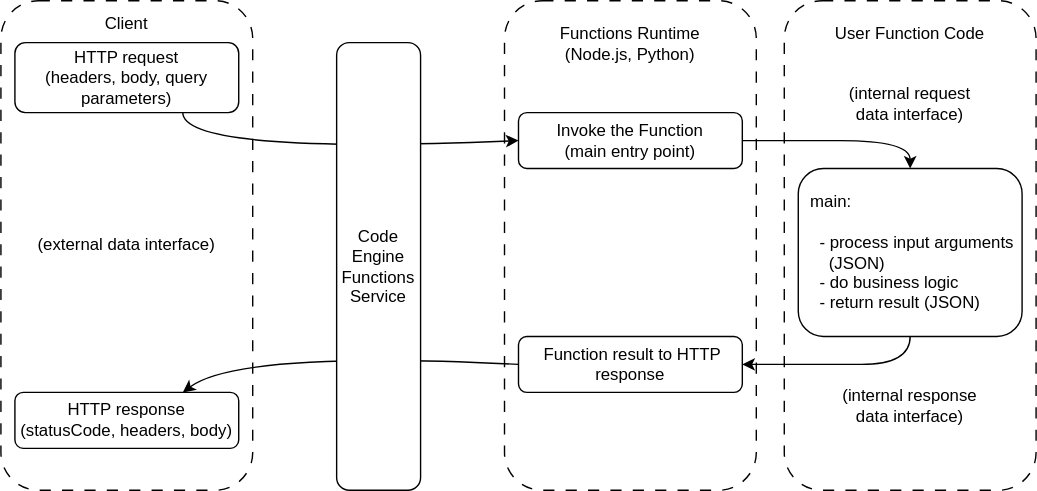
This is images/ce_functions_interfaces.svg from ibm-cloud-docs/codeengine, a draw.io export, as it was before one commit. Source tidied: cells renumbered, new cells last; positions are measured from the earlier drawing's top-left corner, leaving out a move shared by most shapes.
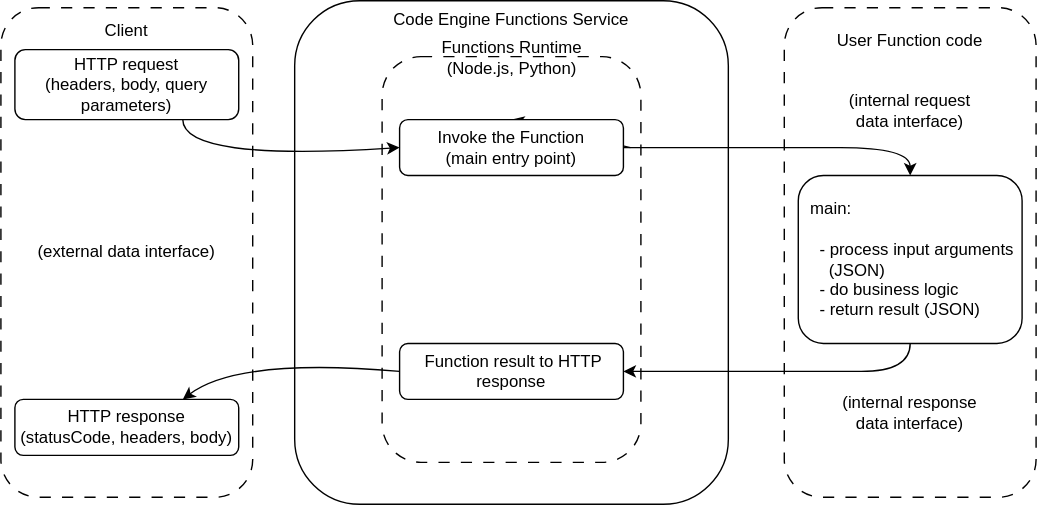
Later version of the same file.

The edit, as a diff of the source:
```diff
@@ -2,20 +2,23 @@
   <root>
     <mxCell id="0" />
     <mxCell id="1" parent="0" />
+    <mxCell id="16" value="Code Engine Functions Service" style="rounded=1;whiteSpace=wrap;html=1;verticalAlign=top;" parent="1" vertex="1">
+      <mxGeometry x="210" y="-5" width="310" height="360" as="geometry" />
+    </mxCell>
     <mxCell id="2" value="&lt;div&gt;Client&lt;/div&gt;&lt;div&gt;&lt;br&gt;&lt;/div&gt;&lt;div&gt;&lt;br&gt;&lt;/div&gt;&lt;div&gt;&lt;br&gt;&lt;/div&gt;&lt;div&gt;&lt;br&gt;&lt;/div&gt;&lt;div&gt;&lt;br&gt;&lt;/div&gt;&lt;div&gt;&lt;br&gt;&lt;/div&gt;&lt;div&gt;&lt;br&gt;&lt;/div&gt;&lt;div&gt;&lt;br&gt;&lt;/div&gt;&lt;div&gt;&lt;br&gt;&lt;/div&gt;&lt;div&gt;&lt;br&gt;&lt;/div&gt;&lt;div&gt;(external data interface)&lt;br&gt;&lt;/div&gt;&lt;div&gt;&lt;br&gt;&lt;/div&gt;&lt;div&gt;&lt;br&gt;&lt;/div&gt;&lt;div&gt;&lt;br&gt;&lt;/div&gt;&lt;div&gt;&lt;br&gt;&lt;/div&gt;&lt;div&gt;&lt;br&gt;&lt;/div&gt;&lt;div&gt;&lt;br&gt;&lt;/div&gt;&lt;div&gt;&lt;br&gt;&lt;/div&gt;&lt;div&gt;&lt;br&gt;&lt;/div&gt;&lt;div&gt;&lt;br&gt;&lt;/div&gt;&lt;div&gt;&lt;br&gt;&lt;/div&gt;&lt;div&gt;&lt;br&gt;&lt;/div&gt;" style="rounded=1;whiteSpace=wrap;html=1;fillColor=none;dashed=1;dashPattern=8 8;" parent="1" vertex="1">
       <mxGeometry width="180" height="350" as="geometry" />
     </mxCell>
     <mxCell id="3" value="&lt;div&gt;Functions Runtime&lt;/div&gt;&lt;div&gt;(Node.js, Python)&lt;/div&gt;&lt;div&gt;&lt;br&gt;&lt;/div&gt;&lt;div&gt;&lt;br&gt;&lt;/div&gt;&lt;div&gt;&lt;br&gt;&lt;/div&gt;&lt;div&gt;&lt;br&gt;&lt;/div&gt;&lt;div&gt;&lt;br&gt;&lt;/div&gt;&lt;div&gt;&lt;br&gt;&lt;/div&gt;&lt;div&gt;&lt;br&gt;&lt;/div&gt;&lt;div&gt;&lt;br&gt;&lt;/div&gt;&lt;div&gt;&lt;br&gt;&lt;/div&gt;&lt;div&gt;&lt;br&gt;&lt;/div&gt;&lt;div&gt;&lt;br&gt;&lt;/div&gt;&lt;div&gt;&lt;br&gt;&lt;/div&gt;&lt;div&gt;&lt;br&gt;&lt;/div&gt;&lt;div&gt;&lt;br&gt;&lt;/div&gt;&lt;div&gt;&lt;br&gt;&lt;/div&gt;&lt;div&gt;&lt;br&gt;&lt;/div&gt;&lt;div&gt;&lt;br&gt;&lt;/div&gt;&lt;div&gt;&lt;br&gt;&lt;/div&gt;&lt;div&gt;&lt;br&gt;&lt;/div&gt;&lt;div&gt;&lt;br&gt;&lt;/div&gt;" style="rounded=1;whiteSpace=wrap;html=1;fillColor=none;dashed=1;dashPattern=8 8;" parent="1" vertex="1">
-      <mxGeometry x="360" width="180" height="350" as="geometry" />
+      <mxGeometry x="272.5" y="35" width="185" height="290" as="geometry" />
     </mxCell>
-    <mxCell id="4" value="&lt;div&gt;User Function Code&lt;br&gt;&lt;/div&gt;&lt;div&gt;&lt;br&gt;&lt;/div&gt;&lt;div&gt;&lt;br&gt;&lt;/div&gt;&lt;div&gt;(internal request&lt;/div&gt;&lt;div&gt;data interface)&lt;br&gt;&lt;/div&gt;&lt;div&gt;&lt;br&gt;&lt;/div&gt;&lt;div&gt;&lt;br&gt;&lt;/div&gt;&lt;div&gt;&lt;br&gt;&lt;/div&gt;&lt;div&gt;&lt;br&gt;&lt;/div&gt;&lt;div&gt;&lt;br&gt;&lt;/div&gt;&lt;div&gt;&lt;br&gt;&lt;/div&gt;&lt;div&gt;&lt;br&gt;&lt;/div&gt;&lt;div&gt;&lt;br&gt;&lt;/div&gt;&lt;div&gt;&lt;br&gt;&lt;/div&gt;&lt;div&gt;&lt;br&gt;&lt;/div&gt;&lt;div&gt;&lt;br&gt;&lt;/div&gt;&lt;div&gt;&lt;br&gt;&lt;/div&gt;&lt;div&gt;&lt;br&gt;&lt;/div&gt;&lt;div&gt;(internal response&lt;/div&gt;&lt;div&gt;data interface)&lt;br&gt;&lt;/div&gt;&lt;div&gt;&lt;br&gt;&lt;/div&gt;&lt;div&gt;&lt;br&gt;&lt;/div&gt;" style="rounded=1;whiteSpace=wrap;html=1;fillColor=none;dashed=1;dashPattern=8 8;" parent="1" vertex="1">
+    <mxCell id="4" value="&lt;div&gt;User Function code&lt;br&gt;&lt;/div&gt;&lt;div&gt;&lt;br&gt;&lt;/div&gt;&lt;div&gt;&lt;br&gt;&lt;/div&gt;&lt;div&gt;(internal request&lt;/div&gt;&lt;div&gt;data interface)&lt;br&gt;&lt;/div&gt;&lt;div&gt;&lt;br&gt;&lt;/div&gt;&lt;div&gt;&lt;br&gt;&lt;/div&gt;&lt;div&gt;&lt;br&gt;&lt;/div&gt;&lt;div&gt;&lt;br&gt;&lt;/div&gt;&lt;div&gt;&lt;br&gt;&lt;/div&gt;&lt;div&gt;&lt;br&gt;&lt;/div&gt;&lt;div&gt;&lt;br&gt;&lt;/div&gt;&lt;div&gt;&lt;br&gt;&lt;/div&gt;&lt;div&gt;&lt;br&gt;&lt;/div&gt;&lt;div&gt;&lt;br&gt;&lt;/div&gt;&lt;div&gt;&lt;br&gt;&lt;/div&gt;&lt;div&gt;&lt;br&gt;&lt;/div&gt;&lt;div&gt;&lt;br&gt;&lt;/div&gt;&lt;div&gt;(internal response&lt;/div&gt;&lt;div&gt;data interface)&lt;br&gt;&lt;/div&gt;&lt;div&gt;&lt;br&gt;&lt;/div&gt;&lt;div&gt;&lt;br&gt;&lt;/div&gt;" style="rounded=1;whiteSpace=wrap;html=1;fillColor=none;dashed=1;dashPattern=8 8;" parent="1" vertex="1">
       <mxGeometry x="560" width="180" height="350" as="geometry" />
     </mxCell>
     <mxCell id="5" value="&lt;div&gt;HTTP request&lt;/div&gt;(headers, body, query parameters)" style="rounded=1;whiteSpace=wrap;html=1;" parent="1" vertex="1">
       <mxGeometry x="10" y="30" width="160" height="50" as="geometry" />
     </mxCell>
     <mxCell id="6" value="&lt;div&gt;&amp;nbsp;Function result to HTTP response&lt;br&gt;&lt;/div&gt;" style="rounded=1;whiteSpace=wrap;html=1;" parent="1" vertex="1">
-      <mxGeometry x="370" y="240" width="160" height="40" as="geometry" />
+      <mxGeometry x="285" y="240" width="160" height="40" as="geometry" />
     </mxCell>
     <mxCell id="7" value="&lt;div align=&quot;left&quot;&gt;&amp;nbsp;main:&lt;/div&gt;&lt;div align=&quot;left&quot;&gt;&lt;br&gt;&lt;/div&gt;&lt;div align=&quot;left&quot;&gt;&amp;nbsp;&amp;nbsp; - process input arguments&lt;/div&gt;&lt;div align=&quot;left&quot;&gt;&amp;nbsp;&amp;nbsp;&amp;nbsp;&amp;nbsp; (JSON)&lt;br&gt;&lt;/div&gt;&lt;div align=&quot;left&quot;&gt;&amp;nbsp;&amp;nbsp; - do business logic&lt;br&gt;&lt;/div&gt;&lt;div align=&quot;left&quot;&gt;&amp;nbsp;&amp;nbsp; - return result (JSON)&lt;br&gt;&lt;/div&gt;" style="rounded=1;whiteSpace=wrap;html=1;" parent="1" vertex="1">
       <mxGeometry x="570" y="120" width="160" height="120" as="geometry" />
@@ -48,7 +51,7 @@
       </mxGeometry>
     </mxCell>
     <mxCell id="13" value="&lt;div&gt;Invoke the Function&lt;/div&gt;&lt;div&gt;(main entry point)&lt;br&gt;&lt;/div&gt;" style="rounded=1;whiteSpace=wrap;html=1;" parent="1" vertex="1">
-      <mxGeometry x="370" y="80" width="160" height="40" as="geometry" />
+      <mxGeometry x="285" y="80" width="160" height="40" as="geometry" />
     </mxCell>
     <mxCell id="14" style="curved=1;endArrow=classic;html=1;rounded=0;entryX=0.75;entryY=0;entryDx=0;entryDy=0;exitX=0;exitY=0.5;exitDx=0;exitDy=0;" parent="1" edge="1" source="6" target="9">
       <mxGeometry relative="1" as="geometry">
@@ -65,8 +68,5 @@
         </Array>
       </mxGeometry>
     </mxCell>
-    <mxCell id="16" value="Code Engine Functions Service" style="rounded=1;whiteSpace=wrap;html=1;" parent="1" vertex="1">
-      <mxGeometry x="240" y="30" width="60" height="320" as="geometry" />
-    </mxCell>
   </root>
 </mxGraphModel>
```
